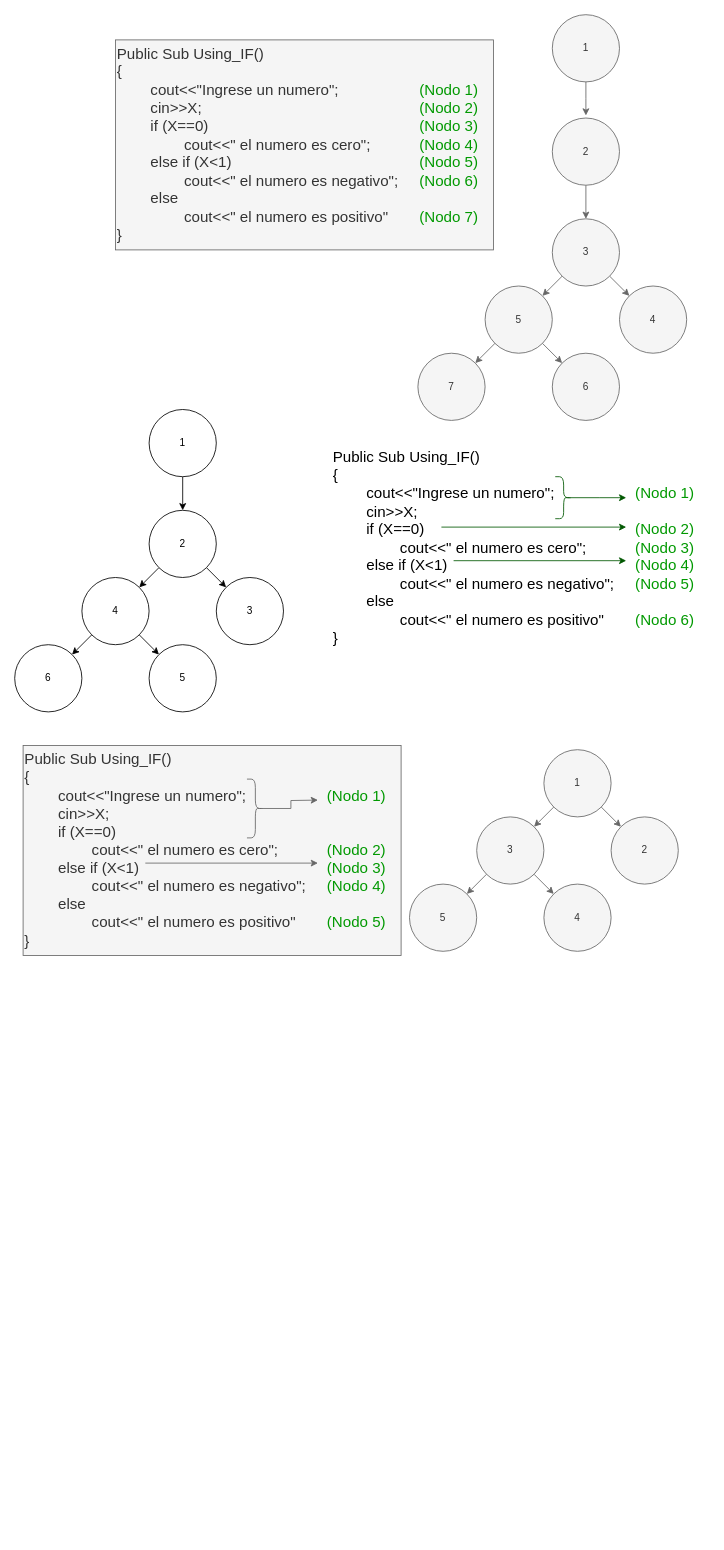
Earlier version of the draw.io diagram page "Grafo_de_flujo_1A_V2" (1 of 4) of Grafos_TP4_MII.drawio (JEOrellano/draw.io_TP4_G12_MII_TUSI). Source tidied: cells renumbered, new cells numbered last; positions are measured from the earlier drawing's top-left corner, leaving out a move shared by most shapes. Both pictures are drawn from the tidied source at 84%, with x=0, y=0 at pixel (14, 14).
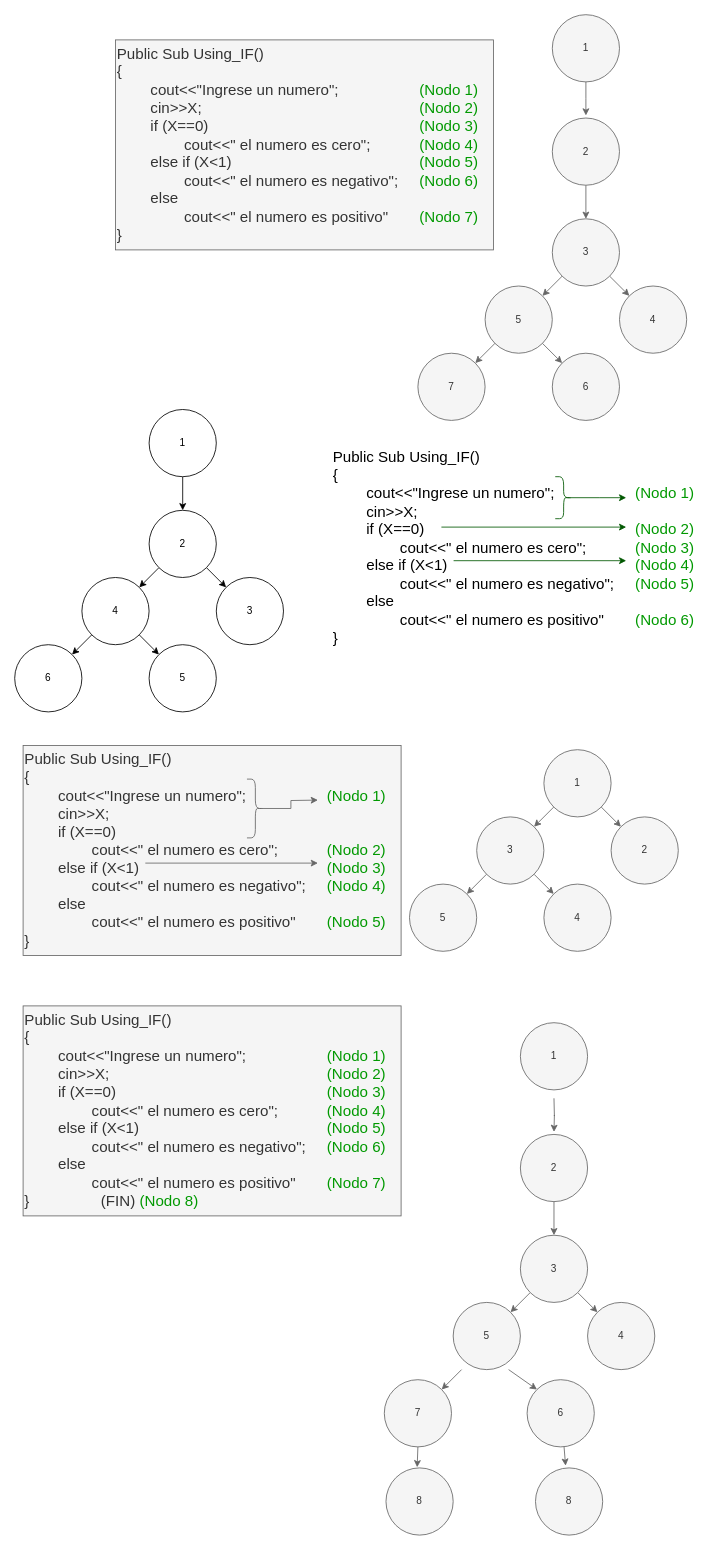
Above is the later version.

Change to the diagram source:
```diff
@@
+    <mxCell id="45" value="&lt;div&gt;&lt;span style=&quot;font-size: 18px;&quot;&gt;Public Sub Using_IF()&lt;/span&gt;&lt;/div&gt;&lt;div&gt;&lt;span style=&quot;font-size: 18px; background-color: initial;&quot;&gt;{&lt;/span&gt;&lt;br&gt;&lt;/div&gt;&lt;div&gt;&lt;span style=&quot;background-color: initial; font-size: 18px;&quot;&gt;&lt;span style=&quot;white-space: pre;&quot;&gt;&#9;&lt;/span&gt;cout&amp;lt;&amp;lt;&quot;Ingrese un numero&quot;;&lt;span style=&quot;white-space: pre;&quot;&gt;&#9;&lt;/span&gt;&lt;span style=&quot;white-space: pre;&quot;&gt;&#9;&lt;/span&gt;&lt;span style=&quot;white-space: pre;&quot;&gt;&#9;&lt;/span&gt;&lt;font color=&quot;#009900&quot;&gt;(Nodo 1)&lt;/font&gt;&lt;/span&gt;&lt;br&gt;&lt;/div&gt;&lt;div&gt;&lt;span style=&quot;font-size: 18px;&quot;&gt;&lt;span style=&quot;white-space: pre;&quot;&gt;&#9;&lt;/span&gt;cin&amp;gt;&amp;gt;X;&lt;span style=&quot;white-space: pre;&quot;&gt;&#9;&lt;/span&gt;&lt;span style=&quot;white-space: pre;&quot;&gt;&#9;&lt;/span&gt;&lt;span style=&quot;white-space: pre;&quot;&gt;&#9;&lt;/span&gt;&lt;span style=&quot;white-space: pre;&quot;&gt;&#9;&lt;/span&gt;&lt;span style=&quot;white-space: pre;&quot;&gt;&#9;&lt;/span&gt;&lt;span style=&quot;white-space: pre;&quot;&gt;&#9;&lt;/span&gt;&lt;span style=&quot;white-space: pre;&quot;&gt;&#9;&lt;/span&gt;&lt;/span&gt;&lt;span style=&quot;color: rgb(0, 153, 0); font-size: 18px; background-color: initial;&quot;&gt;(Nodo 2)&lt;/span&gt;&lt;/div&gt;&lt;div&gt;&lt;span style=&quot;font-size: 18px;&quot;&gt;&lt;span style=&quot;white-space: pre;&quot;&gt;&#9;&lt;/span&gt;if (X==0)&lt;span style=&quot;white-space: pre;&quot;&gt;&#9;&lt;/span&gt;&lt;span style=&quot;white-space: pre;&quot;&gt;&#9;&lt;/span&gt;&lt;span style=&quot;white-space: pre;&quot;&gt;&#9;&lt;/span&gt;&lt;span style=&quot;white-space: pre;&quot;&gt;&#9;&lt;/span&gt;&lt;span style=&quot;white-space: pre;&quot;&gt;&#9;&lt;/span&gt;&lt;span style=&quot;white-space: pre;&quot;&gt;&#9;&lt;/span&gt;&lt;span style=&quot;white-space: pre;&quot;&gt;&#9;&lt;/span&gt;&lt;font color=&quot;#009900&quot;&gt;(Nodo 3)&lt;/font&gt;&lt;/span&gt;&lt;/div&gt;&lt;div&gt;&lt;span style=&quot;font-size: 18px;&quot;&gt;&lt;span style=&quot;white-space: pre;&quot;&gt;&#9;&lt;/span&gt;&lt;span style=&quot;white-space: pre;&quot;&gt;&#9;&lt;/span&gt;cout&amp;lt;&amp;lt;&quot; el numero es cero&quot;;&lt;span style=&quot;white-space: pre;&quot;&gt;&#9;&lt;/span&gt;&lt;span style=&quot;white-space: pre;&quot;&gt;&#9;&lt;/span&gt;&lt;font color=&quot;#009900&quot;&gt;(Nodo 4)&lt;/font&gt;&lt;/span&gt;&lt;/div&gt;&lt;div&gt;&lt;span style=&quot;font-size: 18px;&quot;&gt;&lt;span style=&quot;white-space: pre;&quot;&gt;&#9;&lt;/span&gt;else if (X&amp;lt;1)&lt;span style=&quot;white-space: pre;&quot;&gt;&#9;&lt;/span&gt;&lt;span style=&quot;white-space: pre;&quot;&gt;&#9;&lt;/span&gt;&lt;span style=&quot;white-space: pre;&quot;&gt;&#9;&lt;/span&gt;&lt;span style=&quot;white-space: pre;&quot;&gt;&#9;&lt;/span&gt;&lt;span style=&quot;white-space: pre;&quot;&gt;&#9;&lt;/span&gt;&lt;span style=&quot;white-space: pre;&quot;&gt;&#9;&lt;/span&gt;&lt;font color=&quot;#009900&quot;&gt;(Nodo 5)&lt;/font&gt;&lt;/span&gt;&lt;/div&gt;&lt;div&gt;&lt;span style=&quot;font-size: 18px; background-color: initial;&quot;&gt;&lt;span style=&quot;white-space: pre;&quot;&gt;&#9;&lt;/span&gt;&lt;span style=&quot;white-space: pre;&quot;&gt;&#9;&lt;/span&gt;cout&amp;lt;&amp;lt;&quot; el numero es negativo&quot;;&lt;span style=&quot;white-space: pre;&quot;&gt;&#9;&lt;/span&gt;&lt;font color=&quot;#009900&quot;&gt;(Nodo 6)&lt;/font&gt;&lt;/span&gt;&lt;br&gt;&lt;/div&gt;&lt;div&gt;&lt;span style=&quot;font-size: 18px;&quot;&gt;&lt;span style=&quot;white-space: pre;&quot;&gt;&#9;&lt;/span&gt;else&lt;/span&gt;&lt;/div&gt;&lt;div&gt;&lt;span style=&quot;font-size: 18px;&quot;&gt;&lt;span style=&quot;white-space: pre;&quot;&gt;&#9;&lt;span style=&quot;white-space: pre;&quot;&gt;&#9;&lt;/span&gt;&lt;/span&gt;cout&amp;lt;&amp;lt;&quot; el numero es positivo&quot;&lt;span style=&quot;white-space: pre;&quot;&gt;&#9;&lt;/span&gt;&lt;font color=&quot;#009900&quot;&gt;(Nodo 7)&lt;/font&gt;&lt;/span&gt;&lt;/div&gt;&lt;div&gt;&lt;span style=&quot;font-size: 18px;&quot;&gt;}&amp;nbsp; &amp;nbsp; &amp;nbsp; &amp;nbsp; &amp;nbsp; &amp;nbsp; &amp;nbsp; &amp;nbsp; &amp;nbsp;(FIN)&amp;nbsp;&lt;/span&gt;&lt;span style=&quot;color: rgb(0, 153, 0); font-size: 18px; background-color: initial;&quot;&gt;(Nodo 8)&lt;/span&gt;&lt;span style=&quot;font-size: 18px;&quot;&gt;&lt;br&gt;&lt;/span&gt;&lt;/div&gt;" style="text;html=1;align=left;verticalAlign=middle;strokeColor=#666666;fillColor=#f5f5f5;fontColor=#333333;" parent="1" vertex="1">
+      <mxGeometry x="10" y="1180" width="450" height="250" as="geometry" />
+    </mxCell>
+    <mxCell id="46" style="rounded=0;jettySize=auto;html=1;entryX=0;entryY=0;entryDx=0;entryDy=0;exitX=1;exitY=1;exitDx=0;exitDy=0;fillColor=#f5f5f5;strokeColor=#666666;" parent="1" edge="1" source="52" target="51">
+      <mxGeometry relative="1" as="geometry" />
+    </mxCell>
+    <mxCell id="47" style="edgeStyle=orthogonalEdgeStyle;rounded=0;jettySize=auto;html=1;exitX=0.5;exitY=1;exitDx=0;exitDy=0;entryX=0.5;entryY=0;entryDx=0;entryDy=0;fillColor=#f5f5f5;strokeColor=#666666;" parent="1" edge="1" source="48" target="52">
+      <mxGeometry relative="1" as="geometry" />
+    </mxCell>
+    <mxCell id="48" value="2" style="ellipse;whiteSpace=wrap;html=1;fillColor=#f5f5f5;fontColor=#333333;strokeColor=#666666;" parent="1" vertex="1">
+      <mxGeometry x="602" y="1333" width="80" height="80" as="geometry" />
+    </mxCell>
+    <mxCell id="49" style="rounded=0;jettySize=auto;html=1;entryX=1;entryY=0;entryDx=0;entryDy=0;exitX=0;exitY=1;exitDx=0;exitDy=0;fillColor=#f5f5f5;strokeColor=#666666;" parent="1" edge="1" source="52" target="50">
+      <mxGeometry relative="1" as="geometry" />
+    </mxCell>
+    <mxCell id="50" value="5" style="ellipse;whiteSpace=wrap;html=1;fillColor=#f5f5f5;fontColor=#333333;strokeColor=#666666;" parent="1" vertex="1">
+      <mxGeometry x="522" y="1533" width="80" height="80" as="geometry" />
+    </mxCell>
+    <mxCell id="51" value="4" style="ellipse;whiteSpace=wrap;html=1;fillColor=#f5f5f5;fontColor=#333333;strokeColor=#666666;" parent="1" vertex="1">
+      <mxGeometry x="682" y="1533" width="80" height="80" as="geometry" />
+    </mxCell>
+    <mxCell id="52" value="3" style="ellipse;whiteSpace=wrap;html=1;fillColor=#f5f5f5;fontColor=#333333;strokeColor=#666666;" parent="1" vertex="1">
+      <mxGeometry x="602" y="1453" width="80" height="80" as="geometry" />
+    </mxCell>
+    <mxCell id="53" style="edgeStyle=orthogonalEdgeStyle;rounded=0;orthogonalLoop=1;jettySize=auto;html=1;exitX=0.5;exitY=1;exitDx=0;exitDy=0;entryX=0.5;entryY=0;entryDx=0;entryDy=0;fillColor=#f5f5f5;strokeColor=#666666;" parent="1" edge="1">
+      <mxGeometry relative="1" as="geometry">
+        <mxPoint x="642" y="1290" as="sourcePoint" />
+        <mxPoint x="642" y="1330" as="targetPoint" />
+      </mxGeometry>
+    </mxCell>
+    <mxCell id="54" value="1" style="ellipse;whiteSpace=wrap;html=1;fillColor=#f5f5f5;fontColor=#333333;strokeColor=#666666;" parent="1" vertex="1">
+      <mxGeometry x="602" y="1200" width="80" height="80" as="geometry" />
+    </mxCell>
+    <mxCell id="55" style="rounded=0;jettySize=auto;html=1;entryX=1;entryY=0;entryDx=0;entryDy=0;fillColor=#f5f5f5;strokeColor=#666666;" parent="1" edge="1" target="56">
+      <mxGeometry relative="1" as="geometry">
+        <mxPoint x="532" y="1613" as="sourcePoint" />
+      </mxGeometry>
+    </mxCell>
+    <mxCell id="56" value="7" style="ellipse;whiteSpace=wrap;html=1;fillColor=#f5f5f5;fontColor=#333333;strokeColor=#666666;" parent="1" vertex="1">
+      <mxGeometry x="440" y="1625" width="80" height="80" as="geometry" />
+    </mxCell>
+    <mxCell id="57" style="rounded=0;jettySize=auto;html=1;entryX=0;entryY=0;entryDx=0;entryDy=0;exitX=1;exitY=1;exitDx=0;exitDy=0;fillColor=#f5f5f5;strokeColor=#666666;" parent="1" edge="1" target="58">
+      <mxGeometry relative="1" as="geometry">
+        <mxPoint x="588" y="1613" as="sourcePoint" />
+      </mxGeometry>
+    </mxCell>
+    <mxCell id="58" value="6" style="ellipse;whiteSpace=wrap;html=1;fillColor=#f5f5f5;fontColor=#333333;strokeColor=#666666;" parent="1" vertex="1">
+      <mxGeometry x="610" y="1625" width="80" height="80" as="geometry" />
+    </mxCell>
+    <mxCell id="59" value="8" style="ellipse;whiteSpace=wrap;html=1;fillColor=#f5f5f5;fontColor=#333333;strokeColor=#666666;" parent="1" vertex="1">
+      <mxGeometry x="442" y="1730" width="80" height="80" as="geometry" />
+    </mxCell>
+    <mxCell id="60" value="8" style="ellipse;whiteSpace=wrap;html=1;fillColor=#f5f5f5;fontColor=#333333;strokeColor=#666666;" parent="1" vertex="1">
+      <mxGeometry x="620" y="1730" width="80" height="80" as="geometry" />
+    </mxCell>
+    <mxCell id="61" style="rounded=0;jettySize=auto;html=1;entryX=0.464;entryY=-0.009;entryDx=0;entryDy=0;fillColor=#f5f5f5;strokeColor=#666666;exitX=0.5;exitY=1;exitDx=0;exitDy=0;entryPerimeter=0;" parent="1" edge="1" source="56" target="59">
+      <mxGeometry relative="1" as="geometry" />
+    </mxCell>
+    <mxCell id="62" style="rounded=0;jettySize=auto;html=1;entryX=0.448;entryY=-0.033;entryDx=0;entryDy=0;fillColor=#f5f5f5;strokeColor=#666666;exitX=0.5;exitY=1;exitDx=0;exitDy=0;entryPerimeter=0;" parent="1" edge="1" target="60">
+      <mxGeometry relative="1" as="geometry">
+        <mxPoint x="654" y="1705" as="sourcePoint" />
+      </mxGeometry>
+    </mxCell>
```
